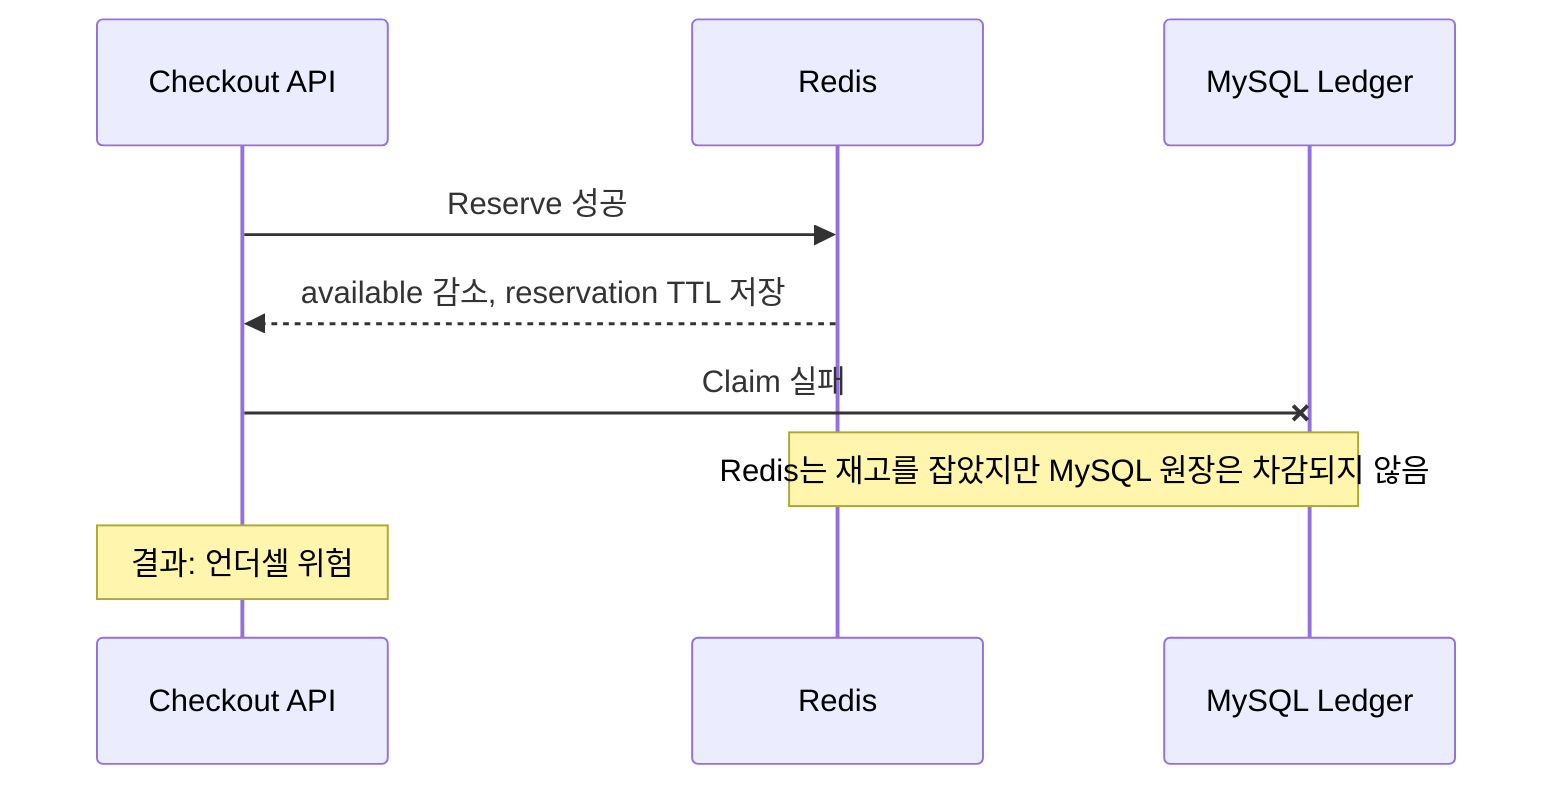
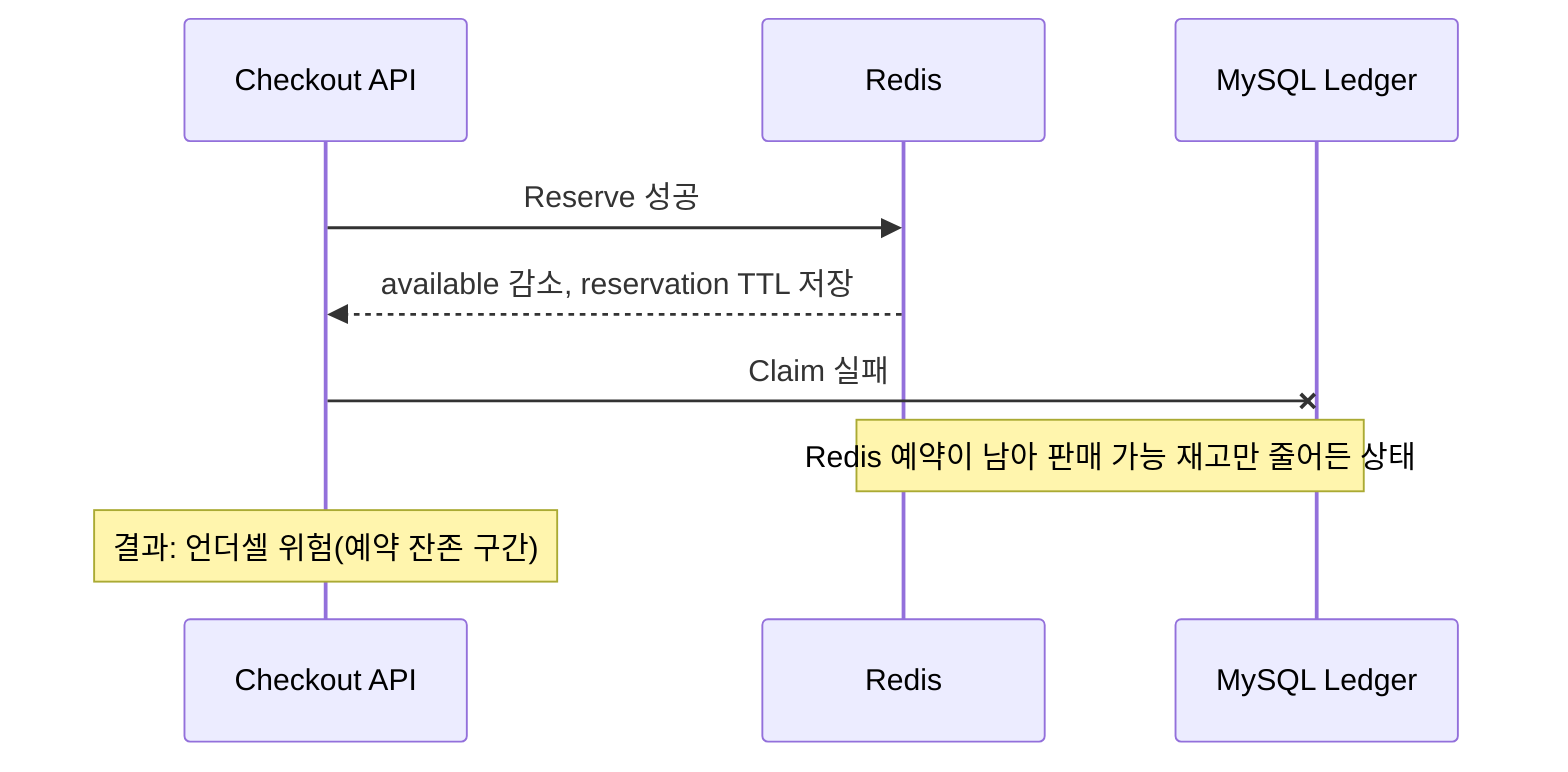
sequenceDiagram
    participant API as Checkout API
    participant Redis
    participant DB as MySQL Ledger

    API->>Redis: Reserve 성공
    Redis-->>API: available 감소, reservation TTL 저장
    API-xDB: Claim 실패
-     Note over Redis,DB: Redis는 재고를 잡았지만 MySQL 원장은 차감되지 않음
-     Note over API: 결과: 언더셀 위험
+     Note over Redis,DB: Redis 예약이 남아 판매 가능 재고만 줄어든 상태
+     Note over API: 결과: 언더셀 위험(예약 잔존 구간)
